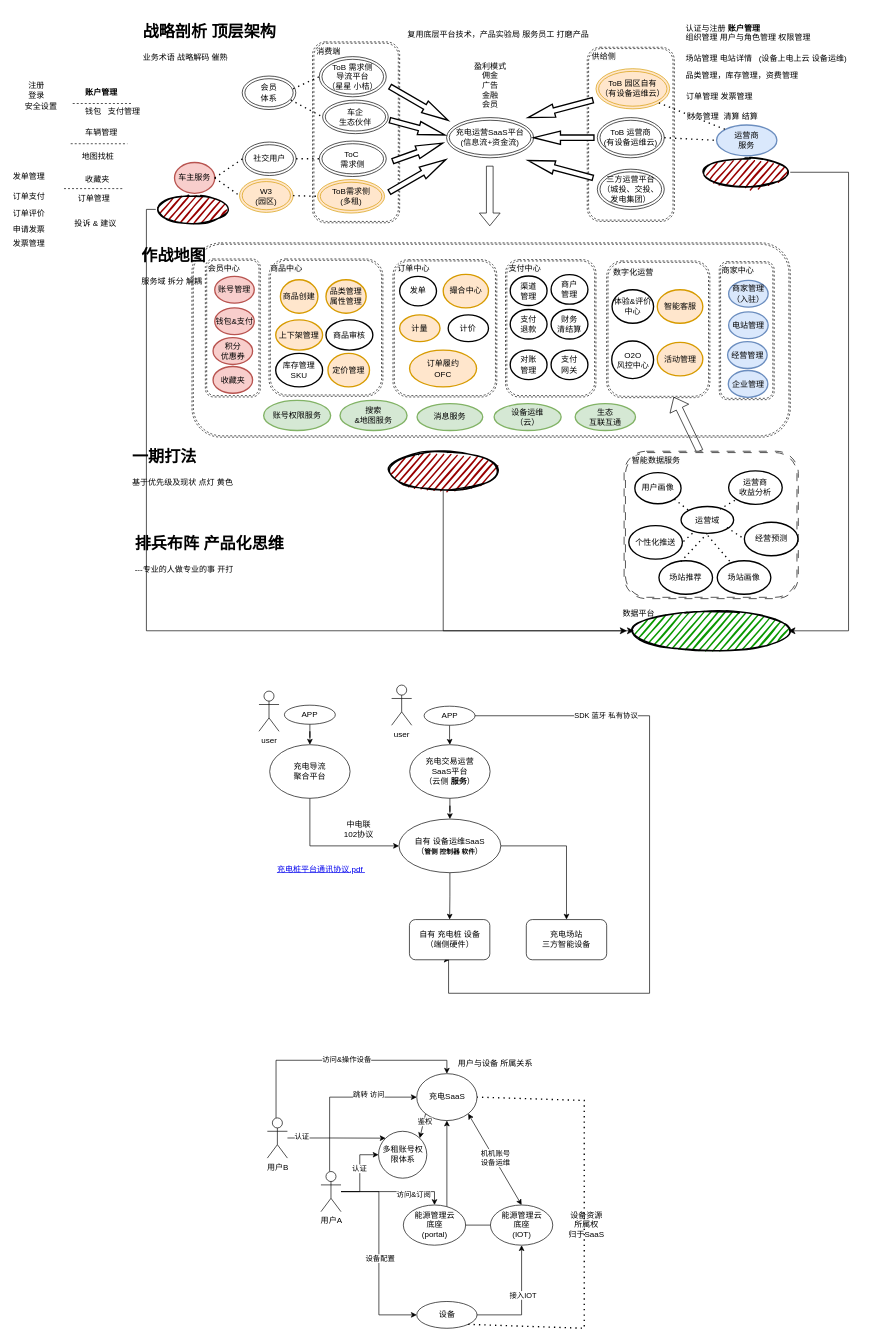
Before: page "第 2 页" (1 of 2) of OO.drawio in numenshane/draw.io, a draw.io diagram. Source tidied: cells renumbered, new cells numbered last; positions are measured from the earlier drawing's top-left corner, leaving out a move shared by most shapes. Both pictures are drawn from the tidied source at 67%, with x=0, y=0 at pixel (11, 18).
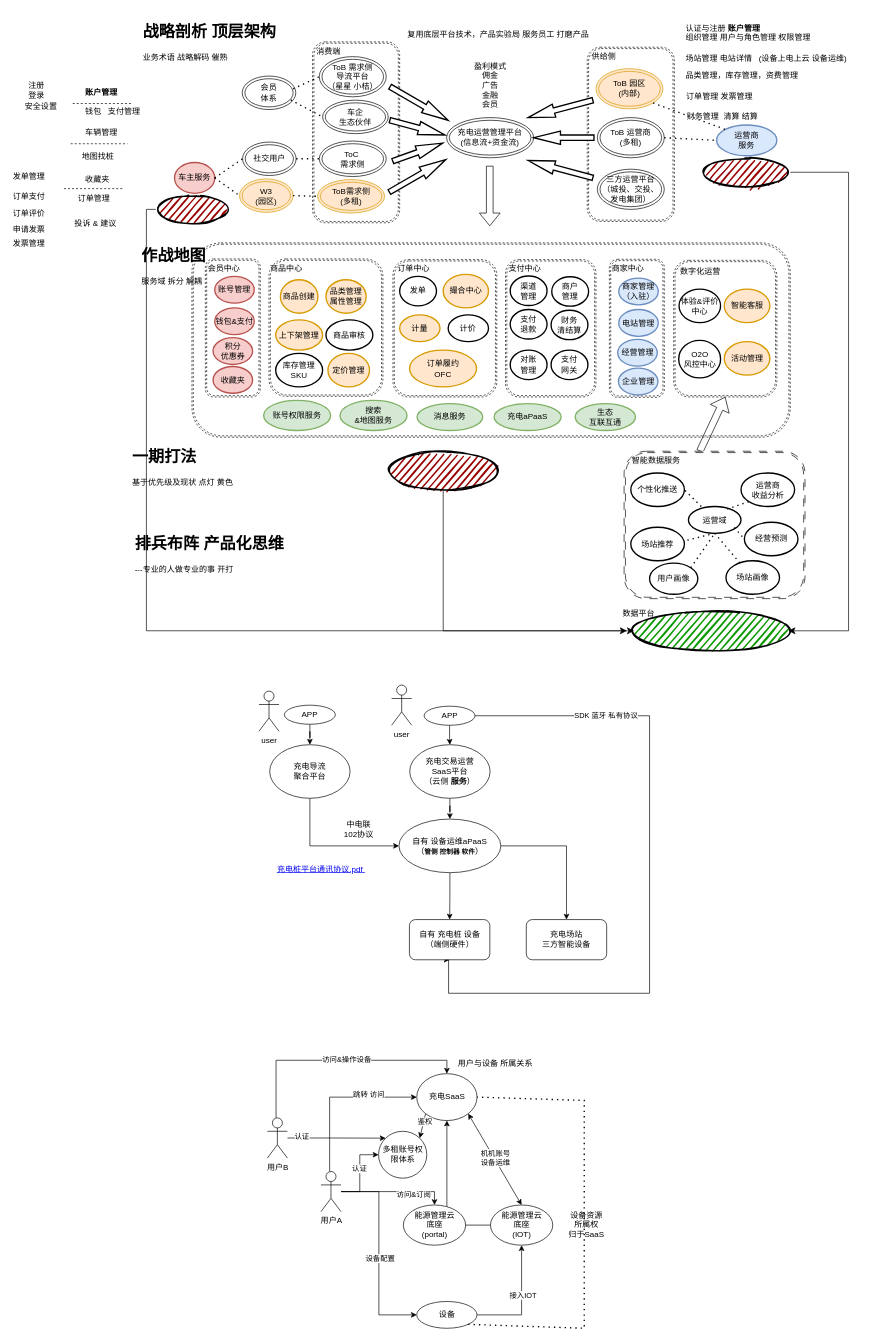
Above is the later version.

Unchanged cells that the change refers to:
```xml
<mxCell id="106" style="group;" parent="1" vertex="1">
  <mxGeometry x="914" y="655" width="292" height="260" as="geometry" />
</mxCell>
```

Diff of the diagram source:
```diff
@@
-    <mxCell id="3" style="shape=ext;double=1;rounded=1;whiteSpace=wrap;html=1;dashed=1;" parent="1" vertex="1">
-      <mxGeometry x="888" y="362" width="154" height="204" as="geometry" />
-    </mxCell>
@@
-    <mxCell id="9" value="充电运营SaaS平台&lt;br&gt;(信息流+资金流)" style="ellipse;shape=doubleEllipse;whiteSpace=wrap;html=1;" parent="1" vertex="1">
+    <mxCell id="9" value="充电运营管理平台&lt;br&gt;(信息流+资金流)" style="ellipse;shape=doubleEllipse;whiteSpace=wrap;html=1;" parent="1" vertex="1">
       <mxGeometry x="649" y="148" width="130" height="60" as="geometry" />
     </mxCell>
-    <mxCell id="10" value="ToB 运营商&lt;br&gt;(有设备运维云)" style="ellipse;shape=doubleEllipse;whiteSpace=wrap;html=1;" parent="1" vertex="1">
+    <mxCell id="10" value="ToB 运营商&lt;br&gt;(多租)" style="ellipse;shape=doubleEllipse;whiteSpace=wrap;html=1;" parent="1" vertex="1">
       <mxGeometry x="874" y="148" width="100" height="60" as="geometry" />
     </mxCell>
@@
-    <mxCell id="17" value="ToB 园区自有&lt;br&gt;（有设备运维云）" style="ellipse;shape=doubleEllipse;whiteSpace=wrap;html=1;fillColor=#ffe6cc;strokeColor=#d79b00;" parent="1" vertex="1">
-      <mxGeometry x="872" y="75" width="110" height="60" as="geometry" />
+    <mxCell id="17" value="ToB 园区&lt;br&gt;(内部)" style="ellipse;shape=doubleEllipse;whiteSpace=wrap;html=1;fillColor=#ffe6cc;strokeColor=#d79b00;" parent="1" vertex="1">
+      <mxGeometry x="872" y="75" width="100" height="60" as="geometry" />
     </mxCell>
@@
-    <mxCell id="24" value="智能客服" style="strokeWidth=2;html=1;shape=mxgraph.flowchart.start_1;whiteSpace=wrap;fillColor=#ffe6cc;strokeColor=#d79b00;" parent="1" vertex="1">
-      <mxGeometry x="963.5" y="405" width="68" height="50" as="geometry" />
-    </mxCell>
-    <mxCell id="25" value="O2O&lt;br&gt;风控中心" style="strokeWidth=2;html=1;shape=mxgraph.flowchart.start_1;whiteSpace=wrap;" parent="1" vertex="1">
-      <mxGeometry x="895.5" y="481.5" width="62.5" height="56" as="geometry" />
-    </mxCell>
@@
-    <mxCell id="38" value="设备运维&lt;br&gt;（云）" style="strokeWidth=2;html=1;shape=mxgraph.flowchart.start_1;whiteSpace=wrap;fillColor=#d5e8d4;strokeColor=#82b366;" parent="1" vertex="1">
+    <mxCell id="38" value="充电aPaaS" style="strokeWidth=2;html=1;shape=mxgraph.flowchart.start_1;whiteSpace=wrap;fillColor=#d5e8d4;strokeColor=#82b366;" parent="1" vertex="1">
       <mxGeometry x="720" y="575" width="100" height="40" as="geometry" />
     </mxCell>
-    <mxCell id="39" value="体验&amp;amp;评价&lt;br&gt;中心" style="strokeWidth=2;html=1;shape=mxgraph.flowchart.start_1;whiteSpace=wrap;" parent="1" vertex="1">
-      <mxGeometry x="896" y="405" width="62" height="50" as="geometry" />
-    </mxCell>
@@
-    <mxCell id="57" value="&lt;span style=&quot;color: rgb(0, 0, 0); font-family: Helvetica; font-style: normal; font-variant-ligatures: normal; font-variant-caps: normal; font-weight: 400; letter-spacing: normal; orphans: 2; text-align: center; text-indent: 0px; text-transform: none; widows: 2; word-spacing: 0px; -webkit-text-stroke-width: 0px; background-color: rgb(251, 251, 251); text-decoration-thickness: initial; text-decoration-style: initial; text-decoration-color: initial; float: none; display: inline !important;&quot;&gt;&lt;font style=&quot;font-size: 12px;&quot;&gt;数字化运营&lt;/font&gt;&lt;/span&gt;" style="text;whiteSpace=wrap;html=1;" parent="1" vertex="1">
-      <mxGeometry x="896" y="365" width="80" height="40" as="geometry" />
-    </mxCell>
-    <mxCell id="58" value="活动管理" style="strokeWidth=2;html=1;shape=mxgraph.flowchart.start_1;whiteSpace=wrap;fillColor=#ffe6cc;strokeColor=#d79b00;" parent="1" vertex="1">
-      <mxGeometry x="963.5" y="483.5" width="68" height="50" as="geometry" />
-    </mxCell>
-    <mxCell id="59" style="shape=flexArrow;endArrow=classic;html=1;rounded=0;" parent="1" edge="1">
+    <mxCell id="59" style="shape=flexArrow;endArrow=classic;html=1;rounded=0;entryX=0.5;entryY=1;entryDx=0;entryDy=0;" parent="1" edge="1" target="185">
       <mxGeometry relative="1" as="geometry">
         <mxPoint x="1027" y="646" as="sourcePoint" />
-        <mxPoint x="988" y="564.9" as="targetPoint" />
       </mxGeometry>
     </mxCell>
@@
     <mxCell id="64" value="财务&lt;br&gt;清结算" style="strokeWidth=2;html=1;shape=mxgraph.flowchart.start_1;whiteSpace=wrap;" parent="1" vertex="1">
-      <mxGeometry x="805" y="434.5" width="55" height="44" as="geometry" />
+      <mxGeometry x="805" y="435.5" width="55" height="44" as="geometry" />
     </mxCell>
@@
     <mxCell id="67" value="商户&lt;br&gt;管理" style="strokeWidth=2;html=1;shape=mxgraph.flowchart.start_1;whiteSpace=wrap;" parent="1" vertex="1">
-      <mxGeometry x="805" y="382.5" width="55" height="44" as="geometry" />
+      <mxGeometry x="806" y="385.5" width="55" height="44" as="geometry" />
     </mxCell>
@@
     <mxCell id="82" style="shape=ext;double=1;rounded=1;whiteSpace=wrap;html=1;dashed=1;" parent="1" vertex="1">
-      <mxGeometry x="1056" y="363" width="82" height="206" as="geometry" />
+      <mxGeometry x="892" y="359.5" width="82" height="206" as="geometry" />
     </mxCell>
     <mxCell id="83" value="&lt;span style=&quot;color: rgb(0, 0, 0); font-family: Helvetica; font-size: 12px; font-style: normal; font-variant-ligatures: normal; font-variant-caps: normal; font-weight: 400; letter-spacing: normal; orphans: 2; text-align: center; text-indent: 0px; text-transform: none; widows: 2; word-spacing: 0px; -webkit-text-stroke-width: 0px; background-color: rgb(251, 251, 251); text-decoration-thickness: initial; text-decoration-style: initial; text-decoration-color: initial; float: none; display: inline !important;&quot;&gt;商家中心&lt;/span&gt;" style="text;whiteSpace=wrap;html=1;" parent="1" vertex="1">
-      <mxGeometry x="1058" y="363" width="80" height="40" as="geometry" />
+      <mxGeometry x="894" y="359.5" width="80" height="40" as="geometry" />
     </mxCell>
     <mxCell id="84" value="商家管理&lt;br&gt;（入驻）" style="strokeWidth=2;html=1;shape=mxgraph.flowchart.start_1;whiteSpace=wrap;fillColor=#dae8fc;strokeColor=#6c8ebf;" parent="1" vertex="1">
-      <mxGeometry x="1070" y="391" width="59" height="40" as="geometry" />
+      <mxGeometry x="906" y="387.5" width="59" height="40" as="geometry" />
     </mxCell>
     <mxCell id="85" value="企业管理" style="strokeWidth=2;html=1;shape=mxgraph.flowchart.start_1;whiteSpace=wrap;fillColor=#dae8fc;strokeColor=#6c8ebf;" parent="1" vertex="1">
-      <mxGeometry x="1069.5" y="525.5" width="59" height="40" as="geometry" />
+      <mxGeometry x="905.5" y="522" width="59" height="40" as="geometry" />
     </mxCell>
     <mxCell id="86" value="经营管理" style="strokeWidth=2;html=1;shape=mxgraph.flowchart.start_1;whiteSpace=wrap;fillColor=#dae8fc;strokeColor=#6c8ebf;" parent="1" vertex="1">
-      <mxGeometry x="1068.5" y="482.5" width="59" height="40" as="geometry" />
+      <mxGeometry x="904.5" y="479" width="59" height="40" as="geometry" />
     </mxCell>
     <mxCell id="87" value="电站管理" style="strokeWidth=2;html=1;shape=mxgraph.flowchart.start_1;whiteSpace=wrap;fillColor=#dae8fc;strokeColor=#6c8ebf;" parent="1" vertex="1">
-      <mxGeometry x="1070" y="438" width="59" height="40" as="geometry" />
+      <mxGeometry x="906" y="434.5" width="59" height="40" as="geometry" />
     </mxCell>
@@
-    <mxCell id="90" value="自有 设备运维SaaS&lt;br&gt;（&lt;b&gt;&lt;font style=&quot;font-size: 10px;&quot;&gt;管侧 控制器 软件&lt;/font&gt;&lt;/b&gt;）" style="ellipse;whiteSpace=wrap;html=1;" parent="1" vertex="1">
+    <mxCell id="90" value="自有 设备运维aPaaS&lt;br&gt;（&lt;b&gt;&lt;font style=&quot;font-size: 10px;&quot;&gt;管侧 控制器 软件&lt;/font&gt;&lt;/b&gt;）" style="ellipse;whiteSpace=wrap;html=1;" parent="1" vertex="1">
       <mxGeometry x="578" y="1195" width="152" height="80" as="geometry" />
     </mxCell>
@@
     <mxCell id="107" style="shape=ext;double=1;rounded=1;whiteSpace=wrap;html=1;dashed=1;dashPattern=12 12;" parent="106" vertex="1">
-      <mxGeometry y="-9" width="260" height="220" as="geometry" />
+      <mxGeometry y="-9" width="270" height="220" as="geometry" />
     </mxCell>
-    <mxCell id="108" value="用户画像" style="strokeWidth=2;html=1;shape=mxgraph.flowchart.start_1;whiteSpace=wrap;" parent="106" vertex="1">
-      <mxGeometry x="16" y="22.8" width="69" height="46.5" as="geometry" />
-    </mxCell>
@@
     <mxCell id="110" value="场站画像" style="strokeWidth=2;html=1;shape=mxgraph.flowchart.start_1;whiteSpace=wrap;" parent="106" vertex="1">
-      <mxGeometry x="139" y="154.5" width="80" height="50" as="geometry" />
+      <mxGeometry x="152" y="154.5" width="80" height="50" as="geometry" />
     </mxCell>
     <mxCell id="111" value="运营商&lt;br&gt;收益分析" style="strokeWidth=2;html=1;shape=mxgraph.flowchart.start_1;whiteSpace=wrap;" parent="106" vertex="1">
-      <mxGeometry x="156" y="20.2" width="80" height="50" as="geometry" />
+      <mxGeometry x="174.5" y="23.5" width="80" height="50" as="geometry" />
     </mxCell>
     <mxCell id="112" value="场站推荐" style="strokeWidth=2;html=1;shape=mxgraph.flowchart.start_1;whiteSpace=wrap;" parent="106" vertex="1">
-      <mxGeometry x="52" y="154.5" width="80" height="50" as="geometry" />
+      <mxGeometry x="10" y="104.5" width="80" height="50" as="geometry" />
     </mxCell>
     <mxCell id="113" value="个性化推送" style="strokeWidth=2;html=1;shape=mxgraph.flowchart.start_1;whiteSpace=wrap;" parent="106" vertex="1">
-      <mxGeometry x="7" y="102" width="80" height="50" as="geometry" />
+      <mxGeometry x="10" y="23.5" width="80" height="50" as="geometry" />
     </mxCell>
@@
     <mxCell id="115" value="运营域" style="strokeWidth=2;html=1;shape=mxgraph.flowchart.start_1;whiteSpace=wrap;" parent="106" vertex="1">
-      <mxGeometry x="85" y="73.5" width="78.5" height="40" as="geometry" />
+      <mxGeometry x="96" y="73.5" width="78.5" height="40" as="geometry" />
     </mxCell>
@@
-    <mxCell id="117" style="endArrow=none;dashed=1;html=1;dashPattern=1 3;strokeWidth=2;rounded=0;entryX=0.738;entryY=0.038;entryDx=0;entryDy=0;entryPerimeter=0;exitX=0.5;exitY=1;exitDx=0;exitDy=0;exitPerimeter=0;" parent="106" edge="1" source="115">
-      <mxGeometry relative="1" as="geometry">
-        <mxPoint x="84" y="156.4" as="targetPoint" />
-      </mxGeometry>
+    <mxCell id="117" style="endArrow=none;dashed=1;html=1;dashPattern=1 3;strokeWidth=2;rounded=0;entryX=1.018;entryY=0.4;entryDx=0;entryDy=0;entryPerimeter=0;exitX=0.5;exitY=1;exitDx=0;exitDy=0;exitPerimeter=0;" parent="106" edge="1" source="115" target="112">
+      <mxGeometry relative="1" as="geometry" />
     </mxCell>
-    <mxCell id="118" style="endArrow=none;dashed=1;html=1;dashPattern=1 3;strokeWidth=2;rounded=0;entryX=0.263;entryY=0.07;entryDx=0;entryDy=0;entryPerimeter=0;" parent="106" edge="1" target="110">
-      <mxGeometry relative="1" as="geometry">
-        <mxPoint x="125" y="117" as="sourcePoint" />
-      </mxGeometry>
+    <mxCell id="118" style="endArrow=none;dashed=1;html=1;dashPattern=1 3;strokeWidth=2;rounded=0;entryX=0.263;entryY=0.07;entryDx=0;entryDy=0;entryPerimeter=0;exitX=0.5;exitY=1;exitDx=0;exitDy=0;exitPerimeter=0;" parent="106" edge="1" source="115" target="110">
+      <mxGeometry relative="1" as="geometry" />
     </mxCell>
@@
+    <mxCell id="122" value="数据平台" style="text;html=1;strokeColor=none;fillColor=none;align=center;verticalAlign=middle;whiteSpace=wrap;rounded=0;" parent="106" vertex="1">
+      <mxGeometry x="-8" y="218" width="60" height="30" as="geometry" />
+    </mxCell>
+    <mxCell id="108" value="用户画像" style="strokeWidth=2;html=1;shape=mxgraph.flowchart.start_1;whiteSpace=wrap;" parent="106" vertex="1">
+      <mxGeometry x="38" y="158" width="72" height="46.5" as="geometry" />
+    </mxCell>
-    <mxCell id="121" style="endArrow=none;dashed=1;html=1;dashPattern=1 3;strokeWidth=2;rounded=0;entryX=0.145;entryY=0.145;entryDx=0;entryDy=0;entryPerimeter=0;exitX=0.855;exitY=0.855;exitDx=0;exitDy=0;exitPerimeter=0;" parent="106" edge="1" source="108" target="115">
+    <mxCell id="121" style="endArrow=none;dashed=1;html=1;dashPattern=1 3;strokeWidth=2;rounded=0;entryX=0.5;entryY=1;entryDx=0;entryDy=0;entryPerimeter=0;exitX=0.855;exitY=0.145;exitDx=0;exitDy=0;exitPerimeter=0;" parent="106" edge="1" source="108" target="115">
       <mxGeometry relative="1" as="geometry" />
     </mxCell>
-    <mxCell id="122" value="数据平台" style="text;html=1;strokeColor=none;fillColor=none;align=center;verticalAlign=middle;whiteSpace=wrap;rounded=0;" parent="106" vertex="1">
-      <mxGeometry x="-8" y="218" width="60" height="30" as="geometry" />
-    </mxCell>
@@
+    <mxCell id="185" style="shape=ext;double=1;rounded=1;whiteSpace=wrap;html=1;dashed=1;" parent="1" vertex="1">
+      <mxGeometry x="988" y="361" width="154" height="204" as="geometry" />
+    </mxCell>
+    <mxCell id="24" value="智能客服" style="strokeWidth=2;html=1;shape=mxgraph.flowchart.start_1;whiteSpace=wrap;fillColor=#ffe6cc;strokeColor=#d79b00;" parent="1" vertex="1">
+      <mxGeometry x="1063.5" y="404" width="68" height="50" as="geometry" />
+    </mxCell>
+    <mxCell id="25" value="O2O&lt;br&gt;风控中心" style="strokeWidth=2;html=1;shape=mxgraph.flowchart.start_1;whiteSpace=wrap;" parent="1" vertex="1">
+      <mxGeometry x="995.5" y="480.5" width="62.5" height="56" as="geometry" />
+    </mxCell>
+    <mxCell id="39" value="体验&amp;amp;评价&lt;br&gt;中心" style="strokeWidth=2;html=1;shape=mxgraph.flowchart.start_1;whiteSpace=wrap;" parent="1" vertex="1">
+      <mxGeometry x="996" y="404" width="62" height="50" as="geometry" />
+    </mxCell>
+    <mxCell id="57" value="&lt;span style=&quot;color: rgb(0, 0, 0); font-family: Helvetica; font-style: normal; font-variant-ligatures: normal; font-variant-caps: normal; font-weight: 400; letter-spacing: normal; orphans: 2; text-align: center; text-indent: 0px; text-transform: none; widows: 2; word-spacing: 0px; -webkit-text-stroke-width: 0px; background-color: rgb(251, 251, 251); text-decoration-thickness: initial; text-decoration-style: initial; text-decoration-color: initial; float: none; display: inline !important;&quot;&gt;&lt;font style=&quot;font-size: 12px;&quot;&gt;数字化运营&lt;/font&gt;&lt;/span&gt;" style="text;whiteSpace=wrap;html=1;" parent="1" vertex="1">
+      <mxGeometry x="996" y="364" width="80" height="40" as="geometry" />
+    </mxCell>
+    <mxCell id="58" value="活动管理" style="strokeWidth=2;html=1;shape=mxgraph.flowchart.start_1;whiteSpace=wrap;fillColor=#ffe6cc;strokeColor=#d79b00;" parent="1" vertex="1">
+      <mxGeometry x="1063.5" y="482.5" width="68" height="50" as="geometry" />
+    </mxCell>
```
